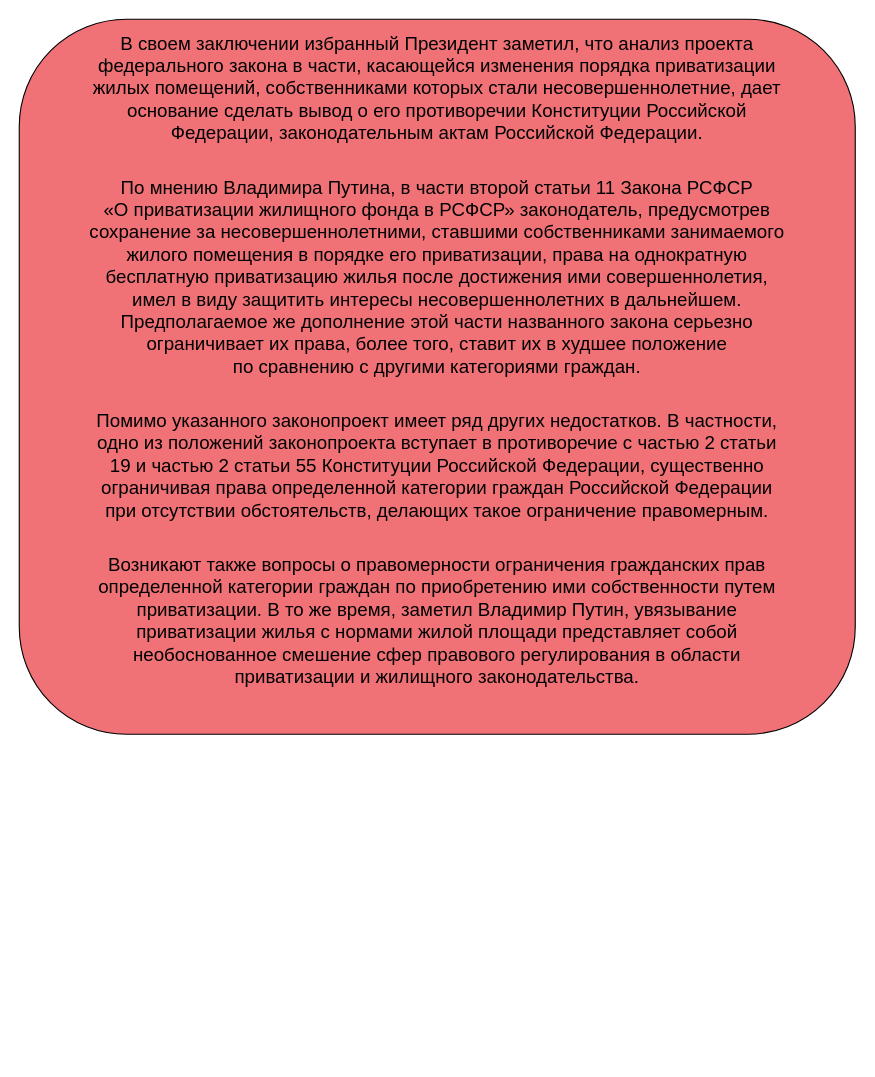
The draw.io diagram page "Page-3" (3 of 3) of stratefiction.drawio in dstefanovskiy/draw.io, before the edit. Source tidied: cells renumbered, new cells numbered last; positions are measured from the earlier drawing's top-left corner, leaving out a move shared by most shapes. Both pictures are drawn from the tidied source at 110%, with x=0, y=0 at pixel (19, 19).
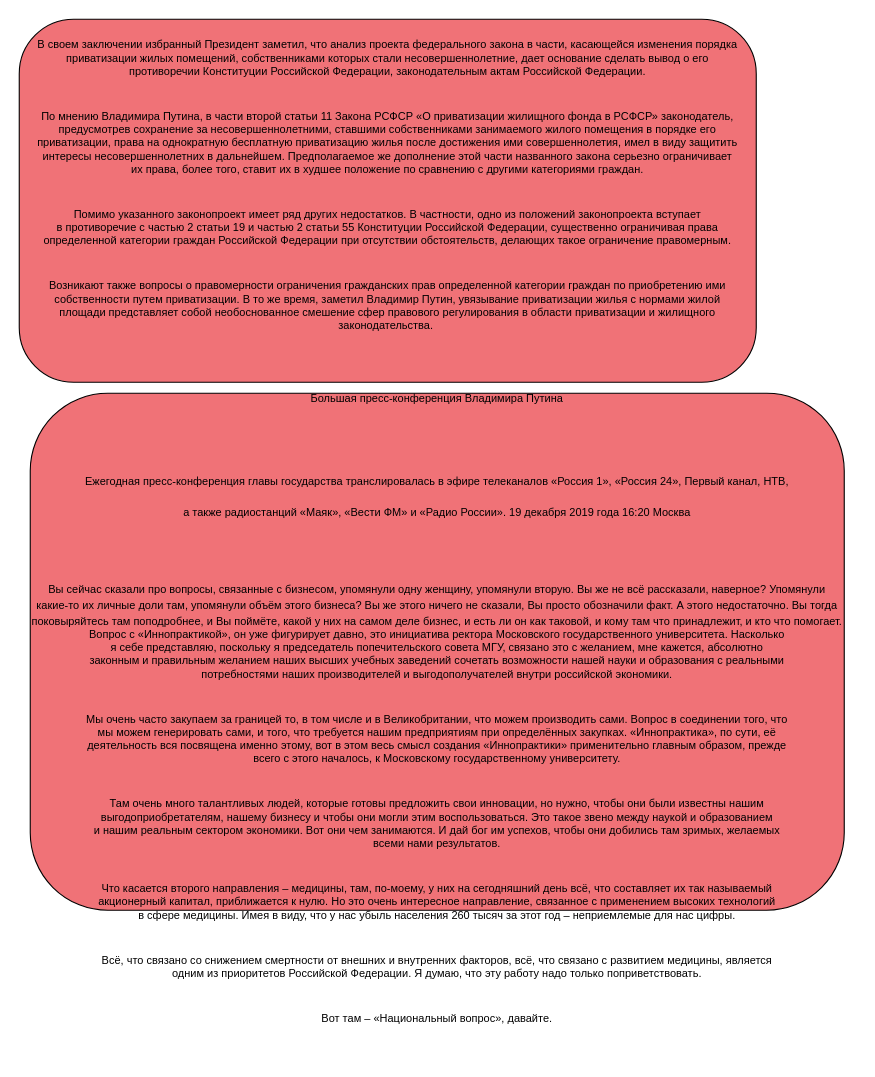
Above is the later version.

What changed in the source:
```diff
@@
 <mxGraphModel>
   <root>
     <mxCell id="0" />
     <mxCell id="1" parent="0" />
-    <mxCell id="2" value="&lt;p style=&quot;margin: 0px auto 29px ; padding: 0px ; max-width: 640px ; font-family: &amp;#34;itcfranklingothicw10-bk 862339&amp;#34; , &amp;#34;arial&amp;#34; , sans-serif ; font-size: 17px&quot;&gt;В&amp;nbsp;своем заключении избранный Президент заметил, что анализ проекта федерального закона в&amp;nbsp;части, касающейся изменения порядка приватизации жилых помещений, собственниками которых стали несовершеннолетние, дает основание сделать вывод о&amp;nbsp;его противоречии Конституции Российской Федерации, законодательным актам Российской Федерации.&lt;/p&gt;&lt;p style=&quot;margin: 0px auto 29px ; padding: 0px ; max-width: 640px ; font-family: &amp;#34;itcfranklingothicw10-bk 862339&amp;#34; , &amp;#34;arial&amp;#34; , sans-serif ; font-size: 17px&quot;&gt;&lt;span class=&quot;masha_index masha_index2&quot; style=&quot;margin: 0px ; padding: 0px&quot;&gt;&lt;/span&gt;По&amp;nbsp;мнению Владимира Путина, в&amp;nbsp;части второй статьи 11 Закона РСФСР «О&amp;nbsp;приватизации жилищного фонда в&amp;nbsp;РСФСР» законодатель, предусмотрев сохранение за&amp;nbsp;несовершеннолетними, ставшими собственниками занимаемого жилого помещения в&amp;nbsp;порядке его приватизации, права на&amp;nbsp;однократную бесплатную приватизацию жилья после достижения ими совершеннолетия, имел в&amp;nbsp;виду защитить интересы несовершеннолетних в&amp;nbsp;дальнейшем. Предполагаемое&amp;nbsp;же дополнение этой части названного закона серьезно ограничивает их права, более того, ставит их в&amp;nbsp;худшее положение по&amp;nbsp;сравнению с&amp;nbsp;другими категориями граждан.&lt;/p&gt;&lt;p style=&quot;margin: 0px auto 29px ; padding: 0px ; max-width: 640px ; font-family: &amp;#34;itcfranklingothicw10-bk 862339&amp;#34; , &amp;#34;arial&amp;#34; , sans-serif ; font-size: 17px&quot;&gt;&lt;span class=&quot;masha_index masha_index3&quot; style=&quot;margin: 0px ; padding: 0px&quot;&gt;&lt;/span&gt;Помимо указанного законопроект имеет ряд других недостатков. В&amp;nbsp;частности, одно из&amp;nbsp;положений законопроекта вступает в&amp;nbsp;противоречие с&amp;nbsp;частью 2 статьи 19 и&amp;nbsp;частью 2 статьи 55 Конституции Российской Федерации, существенно ограничивая права определенной категории граждан Российской Федерации при отсутствии обстоятельств, делающих такое ограничение правомерным.&lt;/p&gt;&lt;p style=&quot;margin: 0px auto 29px ; padding: 0px ; max-width: 640px ; font-family: &amp;#34;itcfranklingothicw10-bk 862339&amp;#34; , &amp;#34;arial&amp;#34; , sans-serif ; font-size: 17px&quot;&gt;&lt;span class=&quot;masha_index masha_index4&quot; style=&quot;margin: 0px ; padding: 0px&quot;&gt;&lt;/span&gt;Возникают также вопросы о&amp;nbsp;правомерности ограничения гражданских прав определенной категории граждан по&amp;nbsp;приобретению ими собственности путем приватизации. В&amp;nbsp;то&amp;nbsp;же время, заметил Владимир Путин, увязывание приватизации жилья с&amp;nbsp;нормами жилой площади представляет собой необоснованное смешение сфер правового регулирования в&amp;nbsp;области приватизации и&amp;nbsp;жилищного законодательства.&lt;/p&gt;" style="rounded=1;whiteSpace=wrap;html=1;fillColor=#F07277;" parent="1" vertex="1">
-      <mxGeometry width="760" height="650" as="geometry" />
+    <mxCell id="2" value="&lt;p style=&quot;margin: 0px auto 29px ; padding: 0px ; max-width: 640px ; font-family: &amp;#34;itcfranklingothicw10-bk 862339&amp;#34; , &amp;#34;arial&amp;#34; , sans-serif ; font-size: 10px&quot;&gt;&lt;font style=&quot;font-size: 10px&quot;&gt;В&amp;nbsp;своем заключении избранный Президент заметил, что анализ проекта федерального закона в&amp;nbsp;части, касающейся изменения порядка приватизации жилых помещений, собственниками которых стали несовершеннолетние, дает основание сделать вывод о&amp;nbsp;его противоречии Конституции Российской Федерации, законодательным актам Российской Федерации.&lt;/font&gt;&lt;/p&gt;&lt;p style=&quot;margin: 0px auto 29px ; padding: 0px ; max-width: 640px ; font-family: &amp;#34;itcfranklingothicw10-bk 862339&amp;#34; , &amp;#34;arial&amp;#34; , sans-serif ; font-size: 10px&quot;&gt;&lt;font style=&quot;font-size: 10px&quot;&gt;&lt;span class=&quot;masha_index masha_index2&quot; style=&quot;margin: 0px ; padding: 0px&quot;&gt;&lt;/span&gt;По&amp;nbsp;мнению Владимира Путина, в&amp;nbsp;части второй статьи 11 Закона РСФСР «О&amp;nbsp;приватизации жилищного фонда в&amp;nbsp;РСФСР» законодатель, предусмотрев сохранение за&amp;nbsp;несовершеннолетними, ставшими собственниками занимаемого жилого помещения в&amp;nbsp;порядке его приватизации, права на&amp;nbsp;однократную бесплатную приватизацию жилья после достижения ими совершеннолетия, имел в&amp;nbsp;виду защитить интересы несовершеннолетних в&amp;nbsp;дальнейшем. Предполагаемое&amp;nbsp;же дополнение этой части названного закона серьезно ограничивает их права, более того, ставит их в&amp;nbsp;худшее положение по&amp;nbsp;сравнению с&amp;nbsp;другими категориями граждан.&lt;/font&gt;&lt;/p&gt;&lt;p style=&quot;margin: 0px auto 29px ; padding: 0px ; max-width: 640px ; font-family: &amp;#34;itcfranklingothicw10-bk 862339&amp;#34; , &amp;#34;arial&amp;#34; , sans-serif ; font-size: 10px&quot;&gt;&lt;font style=&quot;font-size: 10px&quot;&gt;&lt;span class=&quot;masha_index masha_index3&quot; style=&quot;margin: 0px ; padding: 0px&quot;&gt;&lt;/span&gt;Помимо указанного законопроект имеет ряд других недостатков. В&amp;nbsp;частности, одно из&amp;nbsp;положений законопроекта вступает в&amp;nbsp;противоречие с&amp;nbsp;частью 2 статьи 19 и&amp;nbsp;частью 2 статьи 55 Конституции Российской Федерации, существенно ограничивая права определенной категории граждан Российской Федерации при отсутствии обстоятельств, делающих такое ограничение правомерным.&lt;/font&gt;&lt;/p&gt;&lt;p style=&quot;margin: 0px auto 29px ; padding: 0px ; max-width: 640px ; font-family: &amp;#34;itcfranklingothicw10-bk 862339&amp;#34; , &amp;#34;arial&amp;#34; , sans-serif ; font-size: 10px&quot;&gt;&lt;font style=&quot;font-size: 10px&quot;&gt;&lt;span class=&quot;masha_index masha_index4&quot; style=&quot;margin: 0px ; padding: 0px&quot;&gt;&lt;/span&gt;Возникают также вопросы о&amp;nbsp;правомерности ограничения гражданских прав определенной категории граждан по&amp;nbsp;приобретению ими собственности путем приватизации. В&amp;nbsp;то&amp;nbsp;же время, заметил Владимир Путин, увязывание приватизации жилья с&amp;nbsp;нормами жилой площади представляет собой необоснованное смешение сфер правового регулирования в&amp;nbsp;области приватизации и&amp;nbsp;жилищного законодательства.&amp;nbsp;&lt;/font&gt;&lt;/p&gt;" style="rounded=1;whiteSpace=wrap;html=1;fillColor=#F07277;" parent="1" vertex="1">
+      <mxGeometry width="670" height="330" as="geometry" />
     </mxCell>
+    <mxCell id="3" value="&lt;span style=&quot;font-family: &amp;#34;itcfranklingothicw10-bk 862339&amp;#34; , &amp;#34;arial&amp;#34; , sans-serif ; font-size: 10px&quot;&gt;&lt;font style=&quot;font-size: 10px&quot;&gt;&lt;br&gt;&lt;/font&gt;&lt;/span&gt;&lt;h1 class=&quot;entry-title p-name&quot; itemprop=&quot;name&quot; style=&quot;margin: 105px 0px 44px ; padding: 0px ; line-height: 37px ; font-family: &amp;#34;itcfranklingothicw10-md 862390&amp;#34; , &amp;#34;arial&amp;#34; , sans-serif ; font-weight: 400 ; font-size: 10px&quot;&gt;&lt;font style=&quot;font-size: 10px&quot;&gt;Большая пресс-конференция Владимира Путина&lt;/font&gt;&lt;/h1&gt;&lt;div class=&quot;read__lead entry-summary p-summary&quot; itemprop=&quot;description&quot; id=&quot;read-lead&quot; style=&quot;margin: 0px 0px 48px ; padding: 0px ; line-height: 28px ; font-family: &amp;#34;itcfranklingothicw10-bk 862339&amp;#34; , &amp;#34;arial&amp;#34; , sans-serif ; font-size: 10px&quot;&gt;&lt;div style=&quot;margin: 0px ; padding: 0px&quot;&gt;&lt;p style=&quot;margin: 0px auto 29px ; padding: 0px ; max-width: 640px&quot;&gt;&lt;font style=&quot;font-size: 10px&quot;&gt;&lt;font style=&quot;font-size: 10px&quot;&gt;Ежегодная пресс-конференция главы государства транслировалась в&amp;nbsp;эфире телеканалов «Россия 1», «Россия 24», Первый канал, НТВ, а&amp;nbsp;также радиостанций «Маяк», «Вести ФМ» и&amp;nbsp;«Радио России».&amp;nbsp;&lt;/font&gt;&lt;span&gt;19 декабря 2019 года&amp;nbsp;&lt;/span&gt;&lt;span&gt;16:20&amp;nbsp;&lt;/span&gt;&lt;span&gt;Москва&lt;/span&gt;&lt;/font&gt;&lt;/p&gt;&lt;/div&gt;&lt;/div&gt;&lt;span style=&quot;font-family: &amp;#34;itcfranklingothicw10-bk 862339&amp;#34; , &amp;#34;arial&amp;#34; , sans-serif ; font-size: 10px&quot;&gt;&lt;font style=&quot;font-size: 10px&quot;&gt;Вы сейчас сказали про вопросы, связанные с&amp;nbsp;бизнесом, упомянули одну женщину, упомянули вторую. Вы&amp;nbsp;же не&amp;nbsp;всё рассказали, наверное? Упомянули какие‑то их личные доли там, упомянули объём этого бизнеса? Вы&amp;nbsp;же этого ничего не&amp;nbsp;сказали, Вы просто обозначили факт. А&amp;nbsp;этого недостаточно. Вы тогда поковыряйтесь там поподробнее, и&amp;nbsp;Вы поймёте, какой у&amp;nbsp;них на&amp;nbsp;самом деле бизнес, и&amp;nbsp;есть&amp;nbsp;ли он как таковой, и&amp;nbsp;кому там что принадлежит, и&amp;nbsp;кто что помогает.&lt;/font&gt;&lt;/span&gt;&lt;p style=&quot;margin: 0px auto 29px ; padding: 0px ; max-width: 640px ; font-family: &amp;#34;itcfranklingothicw10-bk 862339&amp;#34; , &amp;#34;arial&amp;#34; , sans-serif ; font-size: 10px&quot;&gt;&lt;font style=&quot;font-size: 10px&quot;&gt;&lt;span class=&quot;masha_index masha_index871&quot; style=&quot;margin: 0px ; padding: 0px&quot;&gt;&lt;/span&gt;Вопрос с&amp;nbsp;«Иннопрактикой», он уже фигурирует давно, это инициатива ректора Московского государственного университета. Насколько я&amp;nbsp;себе представляю, поскольку я&amp;nbsp;председатель попечительского совета МГУ, связано это с&amp;nbsp;желанием, мне кажется, абсолютно законным и&amp;nbsp;правильным желанием наших высших учебных заведений сочетать возможности нашей науки и&amp;nbsp;образования с&amp;nbsp;реальными потребностями наших производителей и&amp;nbsp;выгодополучателей внутри российской экономики.&lt;/font&gt;&lt;/p&gt;&lt;p style=&quot;margin: 0px auto 29px ; padding: 0px ; max-width: 640px ; font-family: &amp;#34;itcfranklingothicw10-bk 862339&amp;#34; , &amp;#34;arial&amp;#34; , sans-serif ; font-size: 10px&quot;&gt;&lt;font style=&quot;font-size: 10px&quot;&gt;&lt;span class=&quot;masha_index masha_index872&quot; style=&quot;margin: 0px ; padding: 0px&quot;&gt;&lt;/span&gt;Мы очень часто закупаем за&amp;nbsp;границей то, в&amp;nbsp;том числе и&amp;nbsp;в&amp;nbsp;Великобритании, что можем производить сами. Вопрос в&amp;nbsp;соединении того, что мы можем генерировать сами, и&amp;nbsp;того, что требуется нашим предприятиям при определённых закупках. «Иннопрактика», по&amp;nbsp;сути, её деятельность вся посвящена именно этому, вот в&amp;nbsp;этом весь смысл создания «Иннопрактики» применительно главным образом, прежде всего с&amp;nbsp;этого началось, к&amp;nbsp;Московскому государственному университету.&lt;/font&gt;&lt;/p&gt;&lt;p style=&quot;margin: 0px auto 29px ; padding: 0px ; max-width: 640px ; font-family: &amp;#34;itcfranklingothicw10-bk 862339&amp;#34; , &amp;#34;arial&amp;#34; , sans-serif ; font-size: 10px&quot;&gt;&lt;font style=&quot;font-size: 10px&quot;&gt;&lt;span class=&quot;masha_index masha_index873&quot; style=&quot;margin: 0px ; padding: 0px&quot;&gt;&lt;/span&gt;Там очень много талантливых людей, которые готовы предложить свои инновации, но&amp;nbsp;нужно, чтобы они были известны нашим выгодоприобретателям, нашему бизнесу и&amp;nbsp;чтобы они могли этим воспользоваться. Это такое звено между наукой и&amp;nbsp;образованием и&amp;nbsp;нашим реальным сектором экономики. Вот они чем занимаются. И&amp;nbsp;дай бог им успехов, чтобы они добились там зримых, желаемых всеми нами результатов.&lt;/font&gt;&lt;/p&gt;&lt;p style=&quot;margin: 0px auto 29px ; padding: 0px ; max-width: 640px ; font-family: &amp;#34;itcfranklingothicw10-bk 862339&amp;#34; , &amp;#34;arial&amp;#34; , sans-serif ; font-size: 10px&quot;&gt;&lt;font style=&quot;font-size: 10px&quot;&gt;&lt;span class=&quot;masha_index masha_index874&quot; style=&quot;margin: 0px ; padding: 0px&quot;&gt;&lt;/span&gt;Что касается второго направления&amp;nbsp;– медицины, там, по‑моему, у&amp;nbsp;них на&amp;nbsp;сегодняшний день всё, что составляет их так называемый акционерный капитал, приближается к&amp;nbsp;нулю. Но&amp;nbsp;это очень интересное направление, связанное с&amp;nbsp;применением высоких технологий в&amp;nbsp;сфере медицины. Имея в&amp;nbsp;виду, что у&amp;nbsp;нас убыль населения 260&amp;nbsp;тысяч за&amp;nbsp;этот год&amp;nbsp;– неприемлемые для нас цифры.&lt;/font&gt;&lt;/p&gt;&lt;p style=&quot;margin: 0px auto 29px ; padding: 0px ; max-width: 640px ; font-family: &amp;#34;itcfranklingothicw10-bk 862339&amp;#34; , &amp;#34;arial&amp;#34; , sans-serif ; font-size: 10px&quot;&gt;&lt;font style=&quot;font-size: 10px&quot;&gt;&lt;span class=&quot;masha_index masha_index875&quot; style=&quot;margin: 0px ; padding: 0px&quot;&gt;&lt;/span&gt;Всё, что связано со&amp;nbsp;снижением смертности от&amp;nbsp;внешних и&amp;nbsp;внутренних факторов, всё, что связано с&amp;nbsp;развитием медицины, является одним из&amp;nbsp;приоритетов Российской Федерации. Я&amp;nbsp;думаю, что эту работу надо только поприветствовать.&lt;/font&gt;&lt;/p&gt;&lt;p style=&quot;margin: 0px auto 29px ; padding: 0px ; max-width: 640px ; font-family: &amp;#34;itcfranklingothicw10-bk 862339&amp;#34; , &amp;#34;arial&amp;#34; , sans-serif ; font-size: 10px&quot;&gt;&lt;font style=&quot;font-size: 10px&quot;&gt;&lt;span class=&quot;masha_index masha_index876&quot; style=&quot;margin: 0px ; padding: 0px&quot;&gt;&lt;/span&gt;Вот там&amp;nbsp;– «Национальный вопрос», давайте.&lt;/font&gt;&lt;/p&gt;" style="rounded=1;whiteSpace=wrap;html=1;fillColor=#F07277;" parent="1" vertex="1">
+      <mxGeometry x="10" y="340" width="740" height="470" as="geometry" />
+    </mxCell>
   </root>
 </mxGraphModel>
```
